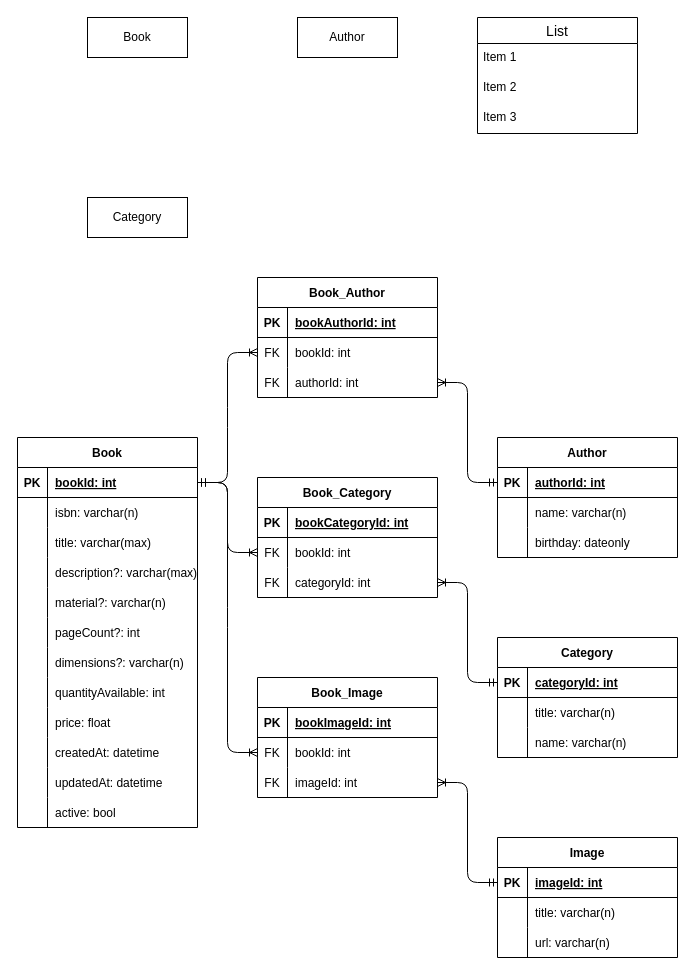
Above: data_model.drawio in proyectos-yibu-bara/library (draw.io), before the change. Source tidied: cells renumbered, new cells numbered last; positions are measured from the earlier drawing's top-left corner, leaving out a move shared by most shapes. Both pictures are drawn from the tidied source at 100%, with x=0, y=0 at pixel (17, 17).
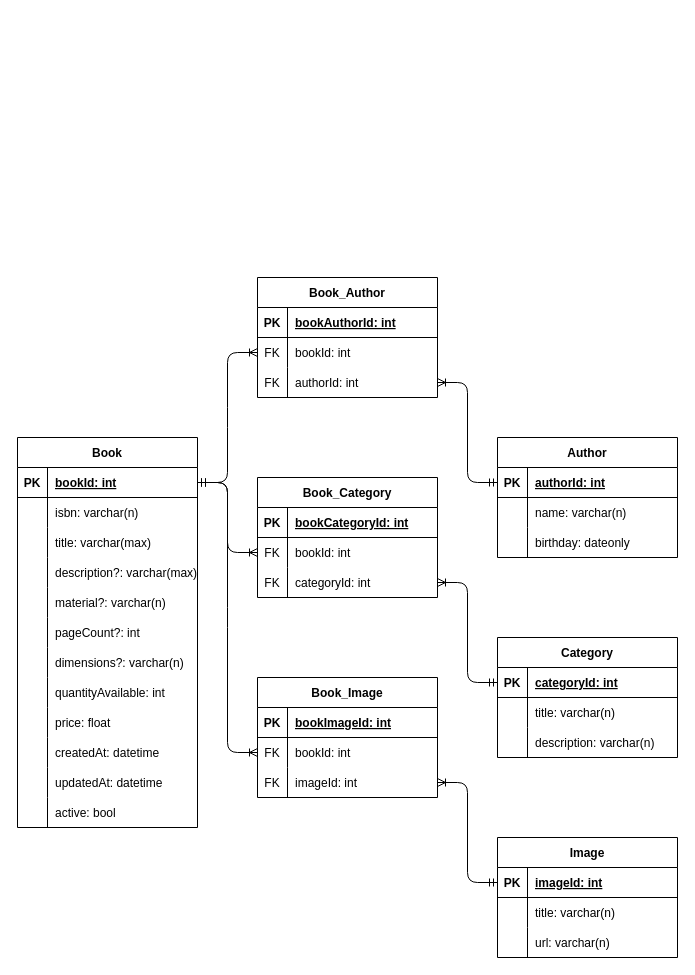
The same diagram, later.

Unchanged cells that the change refers to:
```xml
<mxCell id="75" style="shape=tableRow;horizontal=0;startSize=0;swimlaneHead=0;swimlaneBody=0;fillColor=none;top=0;left=0;right=0;bottom=0;" parent="68" vertex="1">
  <mxGeometry y="90" width="180" height="30" as="geometry" />
</mxCell>
```

Change to the diagram source:
```diff
@@
-    <mxCell id="2" value="Book" style="whiteSpace=wrap;html=1;align=center;" parent="1" vertex="1">
-      <mxGeometry x="70" width="100" height="40" as="geometry" />
-    </mxCell>
-    <mxCell id="3" value="Category" style="whiteSpace=wrap;html=1;align=center;" parent="1" vertex="1">
-      <mxGeometry x="70" y="180" width="100" height="40" as="geometry" />
-    </mxCell>
-    <mxCell id="4" value="Author" style="whiteSpace=wrap;html=1;align=center;" parent="1" vertex="1">
-      <mxGeometry x="280" width="100" height="40" as="geometry" />
-    </mxCell>
-    <mxCell id="5" value="List" style="swimlane;fontStyle=0;horizontal=1;startSize=26;align=center;fontSize=14;" parent="1" vertex="1">
-      <mxGeometry x="460" width="160" height="116" as="geometry" />
-    </mxCell>
-    <mxCell id="6" value="Item 1" style="text;strokeColor=none;fillColor=none;spacingLeft=4;spacingRight=4;overflow=hidden;fontSize=12;" parent="5" vertex="1">
-      <mxGeometry y="26" width="160" height="30" as="geometry" />
-    </mxCell>
-    <mxCell id="7" value="Item 2" style="text;strokeColor=none;fillColor=none;spacingLeft=4;spacingRight=4;overflow=hidden;fontSize=12;" parent="5" vertex="1">
-      <mxGeometry y="56" width="160" height="30" as="geometry" />
-    </mxCell>
-    <mxCell id="8" value="Item 3" style="text;strokeColor=none;fillColor=none;spacingLeft=4;spacingRight=4;overflow=hidden;fontSize=12;" parent="5" vertex="1">
-      <mxGeometry y="86" width="160" height="30" as="geometry" />
-    </mxCell>
@@
-    <mxCell id="77" value="name: varchar(n)" style="shape=partialRectangle;fillColor=none;top=0;left=0;bottom=0;right=0;align=left;spacingLeft=6;overflow=hidden;" parent="75" vertex="1">
+    <mxCell id="77" value="description: varchar(n)" style="shape=partialRectangle;fillColor=none;top=0;left=0;bottom=0;right=0;align=left;spacingLeft=6;overflow=hidden;" parent="75" vertex="1">
       <mxGeometry x="30" width="150" height="30" as="geometry" />
     </mxCell>
```
